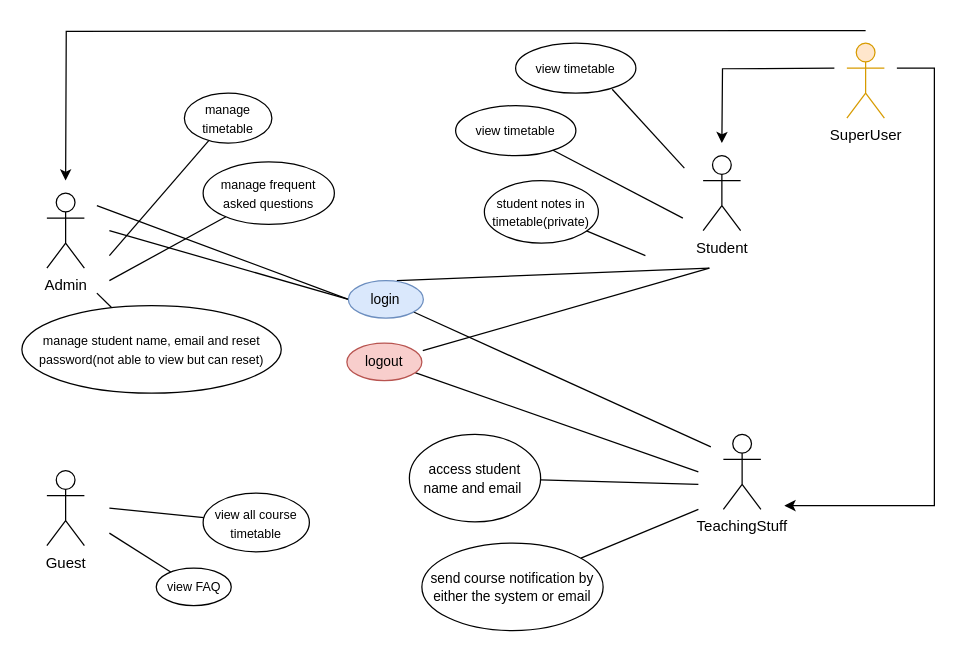
The draw.io diagram Untitled Diagram.drawio in JackSuuu/SEPP-coursework, before the edit. Source tidied: cells renumbered, new cells numbered last; positions are measured from the earlier drawing's top-left corner, leaving out a move shared by most shapes. Both pictures are drawn from the tidied source at 125%, with x=0, y=0 at pixel (21, 30).
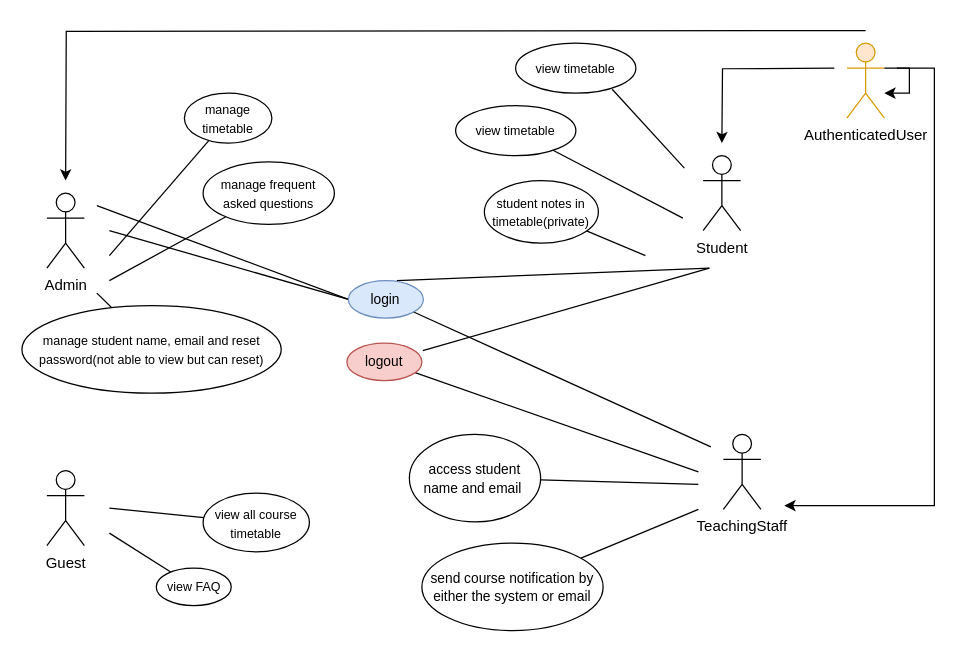
After the change.

The edit, as a diff of the source:
```diff
@@
-    <mxCell id="17" value="TeachingStuff" style="shape=umlActor;verticalLabelPosition=bottom;verticalAlign=top;html=1;" parent="1" vertex="1">
+    <mxCell id="17" value="TeachingSta&lt;span style=&quot;background-color: transparent; color: light-dark(rgb(0, 0, 0), rgb(255, 255, 255));&quot;&gt;ff&lt;/span&gt;" style="shape=umlActor;verticalLabelPosition=bottom;verticalAlign=top;html=1;" parent="1" vertex="1">
       <mxGeometry x="561.2" y="323" width="30" height="60" as="geometry" />
     </mxCell>
@@
-    <mxCell id="37" value="SuperUser" style="shape=umlActor;verticalLabelPosition=bottom;verticalAlign=top;html=1;outlineConnect=0;fillColor=#ffe6cc;strokeColor=#d79b00;" parent="1" vertex="1">
+    <mxCell id="37" value="AuthenticatedUser" style="shape=umlActor;verticalLabelPosition=bottom;verticalAlign=top;html=1;outlineConnect=0;fillColor=#ffe6cc;strokeColor=#d79b00;" parent="1" vertex="1">
       <mxGeometry x="660" y="10" width="30" height="60" as="geometry" />
     </mxCell>
+    <mxCell id="38" style="edgeStyle=orthogonalEdgeStyle;rounded=0;orthogonalLoop=1;jettySize=auto;html=1;" parent="1" edge="1" source="37" target="37">
+      <mxGeometry relative="1" as="geometry" />
+    </mxCell>
```
